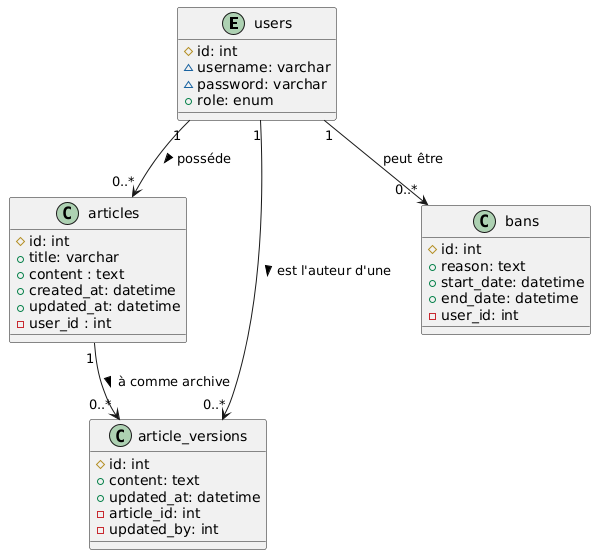
Earlier version of the PlantUML export documentation/Diagramme/SIOP1_DiagrammeClasse.png (TolMen/SIOP1_Wiki). Source of this version:
```plantuml
@startuml
entity users {
#id: int
~username: varchar
~password: varchar
+role: enum
}

class articles {
#id: int
+title: varchar
+content : text
+created_at: datetime
+updated_at: datetime
-user_id : int
}

class article_versions {
#id: int
+content: text
+updated_at: datetime
-article_id: int
-updated_by: int
}

class bans {
#id: int
+reason: text
+start_date: datetime
+end_date: datetime
-user_id: int
}

users "1" --> "0..*" articles : posséde >
users "1" --> "0..*" article_versions : est l'auteur d'une >
articles "1" --> "0..*" article_versions : à comme archive >
users "1" --> "0..*" bans : peut être
@enduml
```
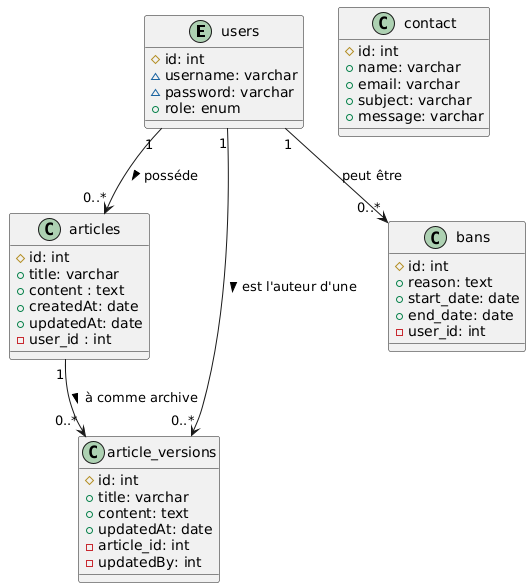
Later version of the same file.

Commit message:
Modification du code UML & du schéma du diagramme de classe

Change to the diagram source:
```diff
@@ -10,25 +10,35 @@
 #id: int
 +title: varchar
 +content : text
-+created_at: datetime
-+updated_at: datetime
++createdAt: date
++updatedAt: date
 -user_id : int
 }
 
 class article_versions {
 #id: int
++title: varchar
 +content: text
-+updated_at: datetime
++updatedAt: date
 -article_id: int
--updated_by: int
+-updatedBy: int
 }
 
 class bans {
 #id: int
 +reason: text
-+start_date: datetime
-+end_date: datetime
++start_date: date
++end_date: date
 -user_id: int
+}
+
+
+class contact {
+#id: int
++name: varchar
++email: varchar
++subject: varchar
++message: varchar
 }
 
 users "1" --> "0..*" articles : posséde >
```
